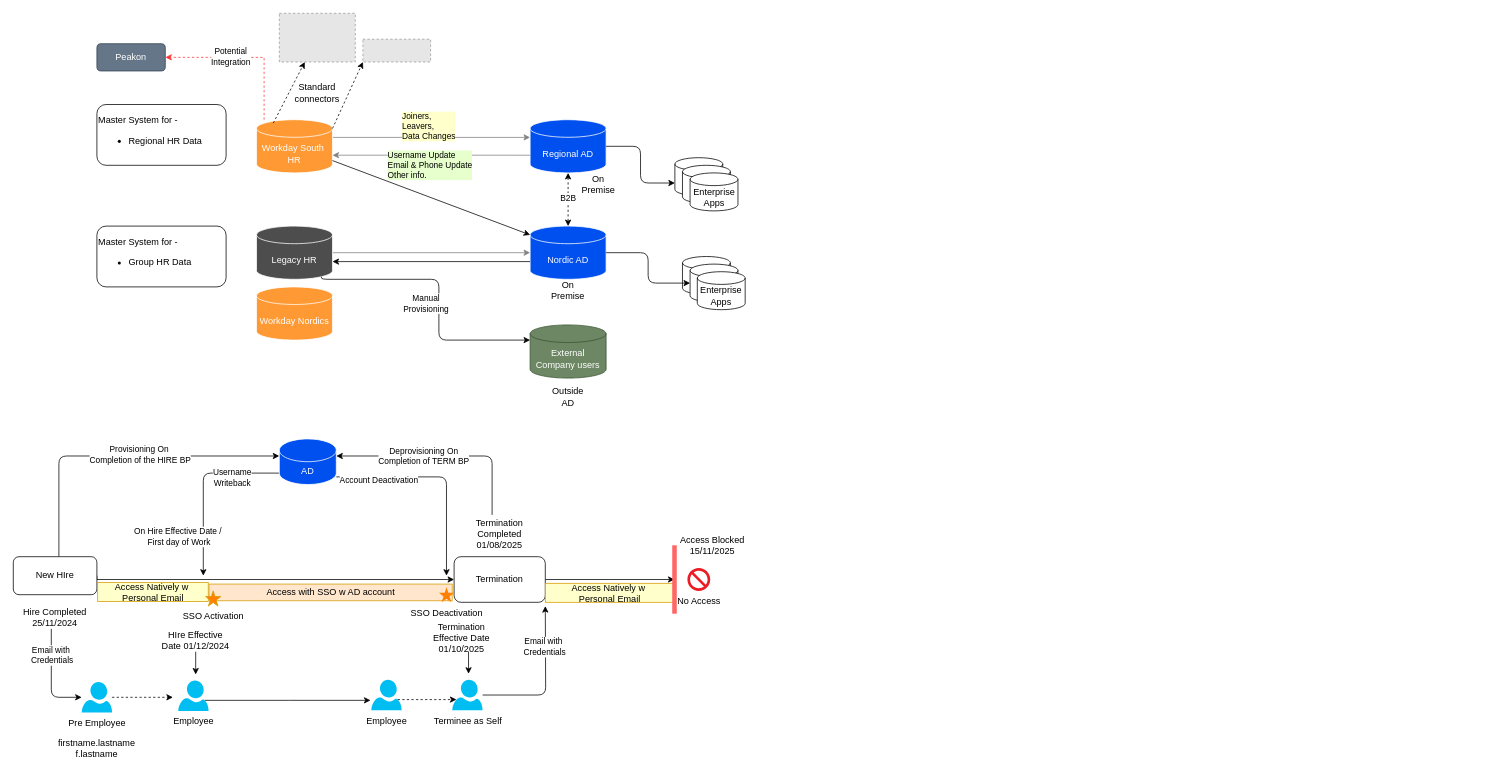
Earlier version of the draw.io diagram KARNOV.drawio (sandyaroma/sandyaroma). Source tidied: cells renumbered, new cells numbered last; positions are measured from the earlier drawing's top-left corner, leaving out a move shared by most shapes. Both pictures are drawn from the tidied source at 76%, with x=0, y=0 at pixel (13, 13). Pictures stored in the file or linked from it are replaced by grey dashed boxes.
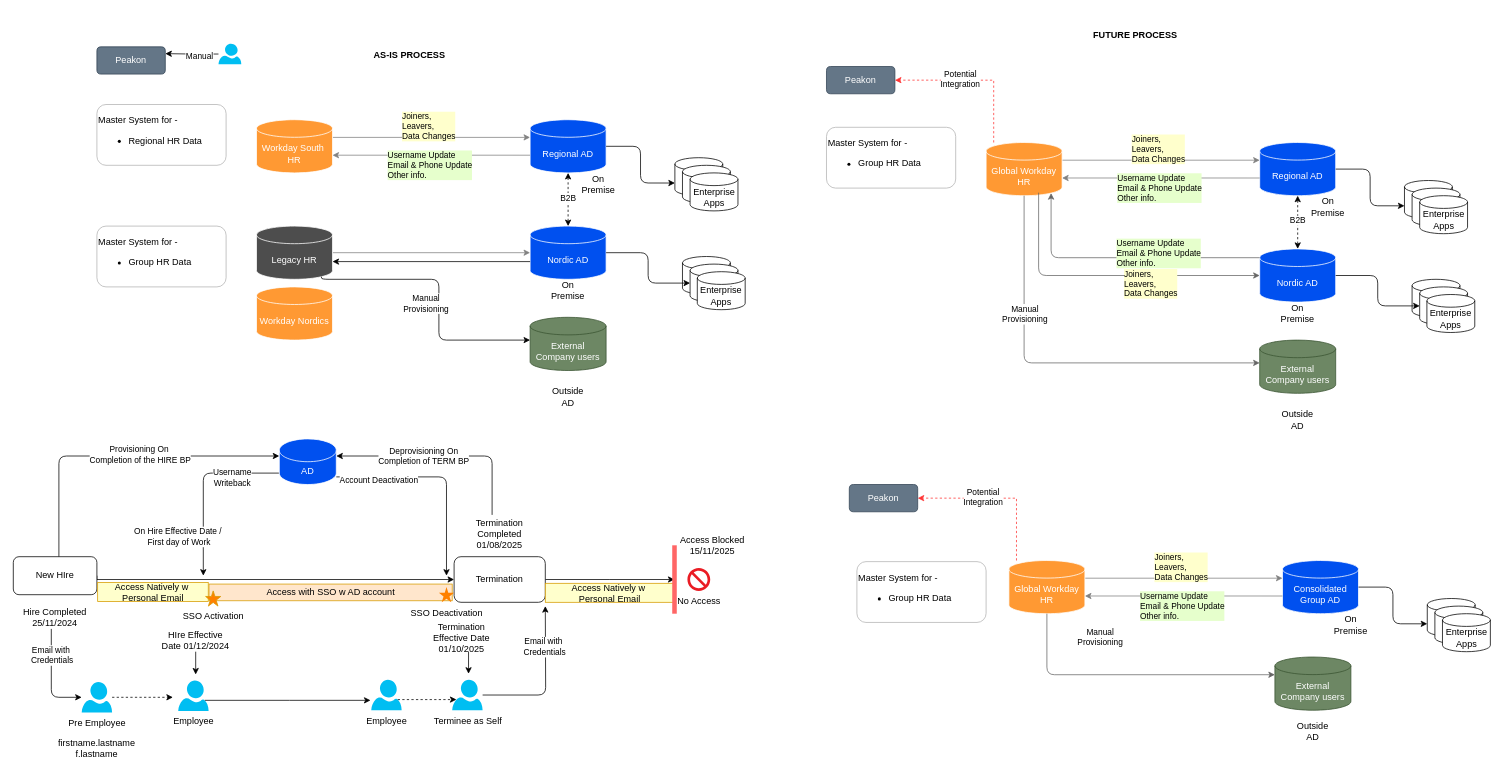
After the change.

Unchanged cells that the change refers to:
```xml
<mxCell id="6" value="&lt;font color=&quot;#ffffff&quot;&gt;Workday South&amp;nbsp;&lt;/font&gt;&lt;div&gt;&lt;font color=&quot;#ffffff&quot;&gt;HR&lt;/font&gt;&lt;/div&gt;" style="shape=cylinder3;whiteSpace=wrap;html=1;boundedLbl=1;backgroundOutline=1;size=11.56951904296875;fillColor=#FF9933;strokeColor=#FFFFFF;" parent="1" vertex="1">
  <mxGeometry x="320" y="140" width="100" height="70" as="geometry" />
</mxCell>
<mxCell id="8" value="&lt;font color=&quot;#ffffff&quot;&gt;Nordic AD&lt;/font&gt;" style="shape=cylinder3;whiteSpace=wrap;html=1;boundedLbl=1;backgroundOutline=1;size=11.56951904296875;fillColor=#0050ef;strokeColor=#FFFFFF;fontColor=#ffffff;" parent="1" vertex="1">
  <mxGeometry x="680" y="280" width="100" height="70" as="geometry" />
</mxCell>
```

The edit, as a diff of the source:
```diff
@@
-    <mxCell id="4" style="edgeStyle=orthogonalEdgeStyle;rounded=0;jettySize=auto;html=1;entryX=1;entryY=0.5;entryDx=0;entryDy=0;dashed=1;strokeColor=#FF3333;" parent="1" edge="1" source="6" target="21">
-      <mxGeometry relative="1" as="geometry">
-        <Array as="points">
-          <mxPoint x="330" y="58" />
-        </Array>
-      </mxGeometry>
-    </mxCell>
-    <mxCell id="5" value="Potential&lt;div&gt;Integration&lt;/div&gt;" style="edgeLabel;html=1;align=center;verticalAlign=middle;" parent="4" vertex="1">
-      <mxGeometry x="0.2" y="-1" relative="1" as="geometry" />
-    </mxCell>
@@
-    <mxCell id="11" value="Master System for -&lt;div&gt;&lt;ul&gt;&lt;li&gt;Regional HR Data&lt;/li&gt;&lt;/ul&gt;&lt;/div&gt;" style="rounded=1;whiteSpace=wrap;html=1;align=left;" parent="1" vertex="1">
+    <mxCell id="11" value="Master System for -&lt;div&gt;&lt;ul&gt;&lt;li&gt;Regional HR Data&lt;/li&gt;&lt;/ul&gt;&lt;/div&gt;" style="rounded=1;whiteSpace=wrap;html=1;align=left;strokeColor=#B3B3B3;" parent="1" vertex="1">
       <mxGeometry x="110" y="120" width="170" height="80" as="geometry" />
     </mxCell>
-    <mxCell id="12" value="Master System for -&lt;div&gt;&lt;ul&gt;&lt;li&gt;Group HR Data&lt;/li&gt;&lt;/ul&gt;&lt;/div&gt;" style="rounded=1;whiteSpace=wrap;html=1;align=left;" parent="1" vertex="1">
+    <mxCell id="12" value="Master System for -&lt;div&gt;&lt;ul&gt;&lt;li&gt;Group HR Data&lt;/li&gt;&lt;/ul&gt;&lt;/div&gt;" style="rounded=1;whiteSpace=wrap;html=1;align=left;strokeColor=#B3B3B3;" parent="1" vertex="1">
       <mxGeometry x="110" y="280" width="170" height="80" as="geometry" />
     </mxCell>
-    <mxCell id="13" style="fillColor=#E6E6E6;strokeColor=#999999;dashed=1;verticalLabelPosition=bottom;labelBackgroundColor=default;verticalAlign=top;" parent="1" vertex="1">
-      <mxGeometry x="350" width="100" height="64.1" as="geometry" />
-    </mxCell>
-    <mxCell id="14" style="fillColor=#E6E6E6;strokeColor=#999999;dashed=1;verticalLabelPosition=bottom;labelBackgroundColor=default;verticalAlign=top;" parent="1" vertex="1">
-      <mxGeometry x="460" y="34.1" width="89.1" height="30" as="geometry" />
-    </mxCell>
-    <mxCell id="15" style="endArrow=classic;html=1;rounded=0;dashed=1;entryX=0;entryY=1;entryDx=0;entryDy=0;exitX=1;exitY=0;exitDx=0;exitDy=11.56951904296875;exitPerimeter=0;" parent="1" edge="1" source="6" target="14">
-      <mxGeometry relative="1" as="geometry" />
-    </mxCell>
-    <mxCell id="16" style="endArrow=classic;html=1;rounded=0;dashed=1;exitX=0.221;exitY=0.064;exitDx=0;exitDy=0;exitPerimeter=0;" parent="1" edge="1" source="6" target="13">
-      <mxGeometry relative="1" as="geometry" />
-    </mxCell>
-    <mxCell id="17" value="Standard&lt;div&gt;connectors&lt;/div&gt;" style="text;html=1;align=center;verticalAlign=middle;whiteSpace=wrap;rounded=0;" parent="1" vertex="1">
-      <mxGeometry x="370" y="90" width="60" height="30" as="geometry" />
-    </mxCell>
@@
     <mxCell id="21" value="Peakon" style="rounded=1;whiteSpace=wrap;html=1;fillColor=#647687;fontColor=#ffffff;strokeColor=#314354;" parent="1" vertex="1">
-      <mxGeometry x="110" y="40" width="90" height="35.9" as="geometry" />
+      <mxGeometry x="110" y="44.1" width="90" height="35.9" as="geometry" />
     </mxCell>
@@
-    <mxCell id="65" style="endArrow=classic;html=1;rounded=0;entryX=0;entryY=0;entryDx=0;entryDy=11.56951904296875;entryPerimeter=0;" parent="1" edge="1" source="6" target="8">
-      <mxGeometry relative="1" as="geometry" />
-    </mxCell>
@@
     <mxCell id="74" value="&lt;font color=&quot;#ffffff&quot;&gt;External&lt;/font&gt;&lt;div&gt;&lt;font color=&quot;#ffffff&quot;&gt;Company users&lt;/font&gt;&lt;/div&gt;" style="shape=cylinder3;whiteSpace=wrap;html=1;boundedLbl=1;backgroundOutline=1;size=11.56951904296875;fillColor=#6d8764;strokeColor=#3A5431;fontColor=#ffffff;" parent="1" vertex="1">
-      <mxGeometry x="680" y="410" width="100" height="70" as="geometry" />
+      <mxGeometry x="680" y="400" width="100" height="70" as="geometry" />
     </mxCell>
@@
+    <mxCell id="80" value="AS-IS PROCESS" style="text;html=1;align=center;verticalAlign=middle;whiteSpace=wrap;rounded=0;fontStyle=1;" parent="1" vertex="1">
+      <mxGeometry x="464.5" y="40" width="113" height="30" as="geometry" />
+    </mxCell>
+    <mxCell id="81" style="edgeStyle=orthogonalEdgeStyle;rounded=0;jettySize=auto;html=1;exitX=1;exitY=0;exitDx=0;exitDy=23.284759521484375;exitPerimeter=0;entryX=0;entryY=0;entryDx=0;entryDy=23.284759521484375;entryPerimeter=0;strokeColor=#808080;" parent="1" edge="1" source="85" target="86">
+      <mxGeometry relative="1" as="geometry" />
+    </mxCell>
+    <mxCell id="82" value="Joiners,&amp;nbsp;&lt;div&gt;Leavers,&amp;nbsp;&lt;/div&gt;&lt;div&gt;Data Changes&lt;/div&gt;" style="edgeLabel;html=1;align=left;verticalAlign=middle;labelBackgroundColor=#FFFFCC;" parent="81" vertex="1">
+      <mxGeometry x="-0.14" y="-3" relative="1" as="geometry">
+        <mxPoint x="-22" y="-18" as="offset" />
+      </mxGeometry>
+    </mxCell>
+    <mxCell id="83" style="edgeStyle=orthogonalEdgeStyle;rounded=0;jettySize=auto;html=1;entryX=1;entryY=0.5;entryDx=0;entryDy=0;dashed=1;strokeColor=#FF3333;" parent="1" edge="1" source="85" target="92">
+      <mxGeometry relative="1" as="geometry">
+        <Array as="points">
+          <mxPoint x="1290" y="88" />
+        </Array>
+      </mxGeometry>
+    </mxCell>
+    <mxCell id="84" value="Potential&lt;div&gt;Integration&lt;/div&gt;" style="edgeLabel;html=1;align=center;verticalAlign=middle;" parent="83" vertex="1">
+      <mxGeometry x="0.2" y="-1" relative="1" as="geometry" />
+    </mxCell>
+    <mxCell id="85" value="&lt;font color=&quot;#ffffff&quot;&gt;Global Workday HR&lt;/font&gt;" style="shape=cylinder3;whiteSpace=wrap;html=1;boundedLbl=1;backgroundOutline=1;size=11.56951904296875;fillColor=#FF9933;strokeColor=#FFFFFF;" parent="1" vertex="1">
+      <mxGeometry x="1280" y="170" width="100" height="70" as="geometry" />
+    </mxCell>
+    <mxCell id="86" value="&lt;font color=&quot;#ffffff&quot;&gt;Regional AD&lt;/font&gt;" style="shape=cylinder3;whiteSpace=wrap;html=1;boundedLbl=1;backgroundOutline=1;size=11.56951904296875;fillColor=#0050ef;strokeColor=#FFFFFF;fontColor=#ffffff;" parent="1" vertex="1">
+      <mxGeometry x="1640" y="170" width="100" height="70" as="geometry" />
+    </mxCell>
+    <mxCell id="87" value="&lt;font color=&quot;#ffffff&quot;&gt;Nordic AD&lt;/font&gt;" style="shape=cylinder3;whiteSpace=wrap;html=1;boundedLbl=1;backgroundOutline=1;size=11.56951904296875;fillColor=#0050ef;strokeColor=#FFFFFF;fontColor=#ffffff;" parent="1" vertex="1">
+      <mxGeometry x="1640" y="310" width="100" height="70" as="geometry" />
+    </mxCell>
+    <mxCell id="88" value="Master System for -&lt;div&gt;&lt;ul&gt;&lt;li&gt;Group HR Data&lt;/li&gt;&lt;/ul&gt;&lt;/div&gt;" style="rounded=1;whiteSpace=wrap;html=1;align=left;strokeColor=#B3B3B3;" parent="1" vertex="1">
+      <mxGeometry x="1070" y="150" width="170" height="80" as="geometry" />
+    </mxCell>
+    <mxCell id="89" style="edgeStyle=orthogonalEdgeStyle;rounded=1;jettySize=auto;html=1;exitX=0;exitY=0;exitDx=0;exitDy=46.715240478515625;exitPerimeter=0;entryX=1;entryY=0;entryDx=0;entryDy=46.715240478515625;entryPerimeter=0;curved=0;strokeColor=#808080;" parent="1" edge="1" source="86" target="85">
+      <mxGeometry relative="1" as="geometry">
+        <Array as="points">
+          <mxPoint x="1550" y="217" />
+          <mxPoint x="1550" y="217" />
+        </Array>
+      </mxGeometry>
+    </mxCell>
+    <mxCell id="90" value="Username Update&lt;div&gt;Email &amp;amp; Phone Update&lt;/div&gt;&lt;div&gt;Other info.&lt;/div&gt;" style="edgeLabel;html=1;align=left;verticalAlign=middle;labelBackgroundColor=#E6FFCC;" parent="89" vertex="1">
+      <mxGeometry x="0.14" y="3" relative="1" as="geometry">
+        <mxPoint x="-41" y="10" as="offset" />
+      </mxGeometry>
+    </mxCell>
+    <mxCell id="91" value="On Premise" style="text;html=1;align=center;verticalAlign=middle;whiteSpace=wrap;rounded=0;" parent="1" vertex="1">
+      <mxGeometry x="1660" y="380" width="60" height="30" as="geometry" />
+    </mxCell>
+    <mxCell id="92" value="Peakon" style="rounded=1;whiteSpace=wrap;html=1;fillColor=#647687;fontColor=#ffffff;strokeColor=#314354;" parent="1" vertex="1">
+      <mxGeometry x="1070" y="70" width="90" height="35.9" as="geometry" />
+    </mxCell>
+    <mxCell id="93" style="edgeStyle=orthogonalEdgeStyle;rounded=0;jettySize=auto;html=1;entryX=0.5;entryY=0;entryDx=0;entryDy=0;entryPerimeter=0;startArrow=classic;startFill=1;dashed=1;" parent="1" edge="1" source="86" target="87">
+      <mxGeometry relative="1" as="geometry" />
+    </mxCell>
+    <mxCell id="94" value="B2B" style="edgeLabel;html=1;align=center;verticalAlign=middle;" parent="93" vertex="1">
+      <mxGeometry x="-0.09" y="-1" relative="1" as="geometry" />
+    </mxCell>
+    <mxCell id="95" style="shape=cylinder3;whiteSpace=wrap;html=1;boundedLbl=1;backgroundOutline=1;size=8.363479614257841;" parent="1" vertex="1">
+      <mxGeometry x="1830.5" y="220" width="63" height="50" as="geometry" />
+    </mxCell>
+    <mxCell id="96" style="shape=cylinder3;whiteSpace=wrap;html=1;boundedLbl=1;backgroundOutline=1;size=8.363479614257841;" parent="1" vertex="1">
+      <mxGeometry x="1840.5" y="230" width="63" height="50" as="geometry" />
+    </mxCell>
+    <mxCell id="97" value="Enterprise&lt;div&gt;Apps&lt;/div&gt;" style="shape=cylinder3;whiteSpace=wrap;html=1;boundedLbl=1;backgroundOutline=1;size=8.363479614257841;" parent="1" vertex="1">
+      <mxGeometry x="1850.5" y="240" width="63" height="50" as="geometry" />
+    </mxCell>
+    <mxCell id="98" style="edgeStyle=orthogonalEdgeStyle;rounded=1;jettySize=auto;html=1;entryX=0;entryY=0;entryDx=0;entryDy=33.31826019287108;entryPerimeter=0;curved=0;" parent="1" edge="1" source="86" target="95">
+      <mxGeometry relative="1" as="geometry" />
+    </mxCell>
+    <mxCell id="99" style="shape=cylinder3;whiteSpace=wrap;html=1;boundedLbl=1;backgroundOutline=1;size=8.363479614257841;" parent="1" vertex="1">
+      <mxGeometry x="1840.5" y="350" width="63" height="50" as="geometry" />
+    </mxCell>
+    <mxCell id="100" style="shape=cylinder3;whiteSpace=wrap;html=1;boundedLbl=1;backgroundOutline=1;size=8.363479614257841;" parent="1" vertex="1">
+      <mxGeometry x="1850.5" y="360" width="63" height="50" as="geometry" />
+    </mxCell>
+    <mxCell id="101" style="edgeStyle=orthogonalEdgeStyle;rounded=1;jettySize=auto;html=1;entryX=0;entryY=0.5;entryDx=0;entryDy=0;entryPerimeter=0;curved=0;" parent="1" edge="1" source="87" target="100">
+      <mxGeometry relative="1" as="geometry" />
+    </mxCell>
+    <mxCell id="102" value="&lt;font color=&quot;#ffffff&quot;&gt;External&lt;/font&gt;&lt;div&gt;&lt;font color=&quot;#ffffff&quot;&gt;Company users&lt;/font&gt;&lt;/div&gt;" style="shape=cylinder3;whiteSpace=wrap;html=1;boundedLbl=1;backgroundOutline=1;size=11.56951904296875;fillColor=#6d8764;strokeColor=#3A5431;fontColor=#ffffff;" parent="1" vertex="1">
+      <mxGeometry x="1640" y="430" width="100" height="70" as="geometry" />
+    </mxCell>
+    <mxCell id="103" style="edgeStyle=orthogonalEdgeStyle;rounded=1;jettySize=auto;html=1;exitX=0.5;exitY=1;exitDx=0;exitDy=0;exitPerimeter=0;curved=0;strokeColor=#666666;" parent="1" edge="1" source="85">
+      <mxGeometry relative="1" as="geometry">
+        <mxPoint x="1640" y="460" as="targetPoint" />
+        <Array as="points">
+          <mxPoint x="1330" y="460" />
+        </Array>
+      </mxGeometry>
+    </mxCell>
+    <mxCell id="104" value="Manual&lt;div&gt;Provisioning&lt;/div&gt;" style="edgeLabel;html=1;align=center;verticalAlign=middle;" parent="103" vertex="1">
+      <mxGeometry x="-0.22" y="-2" relative="1" as="geometry">
+        <mxPoint x="2" y="-52" as="offset" />
+      </mxGeometry>
+    </mxCell>
+    <mxCell id="105" value="Enterprise&lt;div&gt;Apps&lt;/div&gt;" style="shape=cylinder3;whiteSpace=wrap;html=1;boundedLbl=1;backgroundOutline=1;size=8.363479614257841;" parent="1" vertex="1">
+      <mxGeometry x="1860" y="370" width="63" height="50" as="geometry" />
+    </mxCell>
+    <mxCell id="106" value="Outside AD" style="text;html=1;align=center;verticalAlign=middle;whiteSpace=wrap;rounded=0;" parent="1" vertex="1">
+      <mxGeometry x="1660" y="520" width="60" height="30" as="geometry" />
+    </mxCell>
+    <mxCell id="107" value="On Premise" style="text;html=1;align=center;verticalAlign=middle;whiteSpace=wrap;rounded=0;" parent="1" vertex="1">
+      <mxGeometry x="1700" y="240" width="60" height="30" as="geometry" />
+    </mxCell>
+    <mxCell id="108" value="FUTURE PROCESS" style="text;html=1;align=center;verticalAlign=middle;whiteSpace=wrap;rounded=0;fontStyle=1;" parent="1" vertex="1">
+      <mxGeometry x="1420" y="14.1" width="113" height="30" as="geometry" />
+    </mxCell>
+    <mxCell id="109" style="edgeStyle=orthogonalEdgeStyle;rounded=0;jettySize=auto;html=1;entryX=1;entryY=0.25;entryDx=0;entryDy=0;" parent="1" edge="1" source="111" target="21">
+      <mxGeometry relative="1" as="geometry" />
+    </mxCell>
+    <mxCell id="110" value="Manual" style="edgeLabel;html=1;align=center;verticalAlign=middle;" parent="109" vertex="1">
+      <mxGeometry x="-0.27" y="2" relative="1" as="geometry" />
+    </mxCell>
+    <mxCell id="111" style="verticalLabelPosition=bottom;html=1;verticalAlign=top;align=center;strokeColor=none;fillColor=#00BEF2;shape=mxgraph.azure.user;" parent="1" vertex="1">
+      <mxGeometry x="270" y="40" width="30" height="27.1" as="geometry" />
+    </mxCell>
+    <mxCell id="112" style="edgeStyle=orthogonalEdgeStyle;rounded=1;jettySize=auto;html=1;exitX=0.691;exitY=0.943;exitDx=0;exitDy=0;exitPerimeter=0;entryX=0;entryY=0.5;entryDx=0;entryDy=0;entryPerimeter=0;curved=0;strokeColor=#666666;" parent="1" edge="1" source="85" target="87">
+      <mxGeometry relative="1" as="geometry">
+        <Array as="points">
+          <mxPoint x="1349" y="345" />
+        </Array>
+      </mxGeometry>
+    </mxCell>
+    <mxCell id="113" style="edgeStyle=orthogonalEdgeStyle;rounded=1;jettySize=auto;html=1;exitX=0;exitY=0;exitDx=0;exitDy=11.56951904296875;exitPerimeter=0;entryX=0.855;entryY=1;entryDx=0;entryDy=-3.3551605224609373;entryPerimeter=0;curved=0;strokeColor=#666666;" parent="1" edge="1" source="87" target="85">
+      <mxGeometry relative="1" as="geometry" />
+    </mxCell>
+    <mxCell id="114" value="Joiners,&amp;nbsp;&lt;div&gt;Leavers,&amp;nbsp;&lt;/div&gt;&lt;div&gt;Data Changes&lt;/div&gt;" style="edgeLabel;html=1;align=left;verticalAlign=middle;labelBackgroundColor=#FFFFCC;" parent="1" vertex="1">
+      <mxGeometry x="1460" y="355" as="geometry" />
+    </mxCell>
+    <mxCell id="115" value="Username Update&lt;div&gt;Email &amp;amp; Phone Update&lt;/div&gt;&lt;div&gt;Other info.&lt;/div&gt;" style="edgeLabel;html=1;align=left;verticalAlign=middle;labelBackgroundColor=#E6FFCC;" parent="1" vertex="1">
+      <mxGeometry x="1450" y="315" as="geometry" />
+    </mxCell>
+    <mxCell id="116" style="edgeStyle=orthogonalEdgeStyle;rounded=0;jettySize=auto;html=1;exitX=1;exitY=0;exitDx=0;exitDy=23.284759521484375;exitPerimeter=0;entryX=0;entryY=0;entryDx=0;entryDy=23.284759521484375;entryPerimeter=0;strokeColor=#808080;" parent="1" edge="1" source="120" target="121">
+      <mxGeometry relative="1" as="geometry" />
+    </mxCell>
+    <mxCell id="117" value="Joiners,&amp;nbsp;&lt;div&gt;Leavers,&amp;nbsp;&lt;/div&gt;&lt;div&gt;Data Changes&lt;/div&gt;" style="edgeLabel;html=1;align=left;verticalAlign=middle;labelBackgroundColor=#FFFFCC;" parent="116" vertex="1">
+      <mxGeometry x="-0.14" y="-3" relative="1" as="geometry">
+        <mxPoint x="-22" y="-18" as="offset" />
+      </mxGeometry>
+    </mxCell>
+    <mxCell id="118" style="edgeStyle=orthogonalEdgeStyle;rounded=0;jettySize=auto;html=1;entryX=1;entryY=0.5;entryDx=0;entryDy=0;dashed=1;strokeColor=#FF3333;" parent="1" edge="1" source="120" target="124">
+      <mxGeometry relative="1" as="geometry">
+        <Array as="points">
+          <mxPoint x="1320" y="638" />
+        </Array>
+      </mxGeometry>
+    </mxCell>
+    <mxCell id="119" value="Potential&lt;div&gt;Integration&lt;/div&gt;" style="edgeLabel;html=1;align=center;verticalAlign=middle;" parent="118" vertex="1">
+      <mxGeometry x="0.2" y="-1" relative="1" as="geometry" />
+    </mxCell>
+    <mxCell id="120" value="&lt;font color=&quot;#ffffff&quot;&gt;Global Workday HR&lt;/font&gt;" style="shape=cylinder3;whiteSpace=wrap;html=1;boundedLbl=1;backgroundOutline=1;size=11.56951904296875;fillColor=#FF9933;strokeColor=#FFFFFF;" parent="1" vertex="1">
+      <mxGeometry x="1310" y="720" width="100" height="70" as="geometry" />
+    </mxCell>
+    <mxCell id="121" value="Consolidated&lt;div&gt;Group AD&lt;/div&gt;" style="shape=cylinder3;whiteSpace=wrap;html=1;boundedLbl=1;backgroundOutline=1;size=11.56951904296875;fillColor=#0050ef;strokeColor=#FFFFFF;fontColor=#ffffff;" parent="1" vertex="1">
+      <mxGeometry x="1670" y="720" width="100" height="70" as="geometry" />
+    </mxCell>
+    <mxCell id="122" style="edgeStyle=orthogonalEdgeStyle;rounded=1;jettySize=auto;html=1;exitX=0;exitY=0;exitDx=0;exitDy=46.715240478515625;exitPerimeter=0;entryX=1;entryY=0;entryDx=0;entryDy=46.715240478515625;entryPerimeter=0;curved=0;strokeColor=#808080;" parent="1" edge="1" source="121" target="120">
+      <mxGeometry relative="1" as="geometry">
+        <Array as="points">
+          <mxPoint x="1580" y="767" />
+          <mxPoint x="1580" y="767" />
+        </Array>
+      </mxGeometry>
+    </mxCell>
+    <mxCell id="123" value="Username Update&lt;div&gt;Email &amp;amp; Phone Update&lt;/div&gt;&lt;div&gt;Other info.&lt;/div&gt;" style="edgeLabel;html=1;align=left;verticalAlign=middle;labelBackgroundColor=#E6FFCC;" parent="122" vertex="1">
+      <mxGeometry x="0.14" y="3" relative="1" as="geometry">
+        <mxPoint x="-41" y="10" as="offset" />
+      </mxGeometry>
+    </mxCell>
+    <mxCell id="124" value="Peakon" style="rounded=1;whiteSpace=wrap;html=1;fillColor=#647687;fontColor=#ffffff;strokeColor=#314354;" parent="1" vertex="1">
+      <mxGeometry x="1100" y="620" width="90" height="35.9" as="geometry" />
+    </mxCell>
+    <mxCell id="125" style="shape=cylinder3;whiteSpace=wrap;html=1;boundedLbl=1;backgroundOutline=1;size=8.363479614257841;" parent="1" vertex="1">
+      <mxGeometry x="1860.5" y="770" width="63" height="50" as="geometry" />
+    </mxCell>
+    <mxCell id="126" style="shape=cylinder3;whiteSpace=wrap;html=1;boundedLbl=1;backgroundOutline=1;size=8.363479614257841;" parent="1" vertex="1">
+      <mxGeometry x="1870.5" y="780" width="63" height="50" as="geometry" />
+    </mxCell>
+    <mxCell id="127" value="Enterprise&lt;div&gt;Apps&lt;/div&gt;" style="shape=cylinder3;whiteSpace=wrap;html=1;boundedLbl=1;backgroundOutline=1;size=8.363479614257841;" parent="1" vertex="1">
+      <mxGeometry x="1880.5" y="790" width="63" height="50" as="geometry" />
+    </mxCell>
+    <mxCell id="128" style="edgeStyle=orthogonalEdgeStyle;rounded=1;jettySize=auto;html=1;entryX=0;entryY=0;entryDx=0;entryDy=33.31826019287108;entryPerimeter=0;curved=0;" parent="1" edge="1" source="121" target="125">
+      <mxGeometry relative="1" as="geometry" />
+    </mxCell>
+    <mxCell id="129" value="&lt;font color=&quot;#ffffff&quot;&gt;External&lt;/font&gt;&lt;div&gt;&lt;font color=&quot;#ffffff&quot;&gt;Company users&lt;/font&gt;&lt;/div&gt;" style="shape=cylinder3;whiteSpace=wrap;html=1;boundedLbl=1;backgroundOutline=1;size=11.56951904296875;fillColor=#6d8764;strokeColor=#3A5431;fontColor=#ffffff;" parent="1" vertex="1">
+      <mxGeometry x="1660" y="847" width="100" height="70" as="geometry" />
+    </mxCell>
+    <mxCell id="130" style="edgeStyle=orthogonalEdgeStyle;rounded=1;jettySize=auto;html=1;exitX=0.5;exitY=1;exitDx=0;exitDy=0;exitPerimeter=0;curved=0;strokeColor=#666666;entryX=0;entryY=0;entryDx=0;entryDy=23.284759521484375;entryPerimeter=0;" parent="1" edge="1" source="120" target="129">
+      <mxGeometry relative="1" as="geometry">
+        <Array as="points">
+          <mxPoint x="1360" y="870" />
+        </Array>
+      </mxGeometry>
+    </mxCell>
+    <mxCell id="131" value="Manual&lt;div&gt;Provisioning&lt;/div&gt;" style="edgeLabel;html=1;align=center;verticalAlign=middle;" parent="130" vertex="1">
+      <mxGeometry x="-0.22" y="-2" relative="1" as="geometry">
+        <mxPoint x="2" y="-52" as="offset" />
+      </mxGeometry>
+    </mxCell>
+    <mxCell id="132" value="Outside AD" style="text;html=1;align=center;verticalAlign=middle;whiteSpace=wrap;rounded=0;" parent="1" vertex="1">
+      <mxGeometry x="1680" y="930" width="60" height="30" as="geometry" />
+    </mxCell>
+    <mxCell id="133" value="On Premise" style="text;html=1;align=center;verticalAlign=middle;whiteSpace=wrap;rounded=0;" parent="1" vertex="1">
+      <mxGeometry x="1730" y="790" width="60" height="30" as="geometry" />
+    </mxCell>
+    <mxCell id="134" value="Master System for -&lt;div&gt;&lt;ul&gt;&lt;li&gt;Group HR Data&lt;/li&gt;&lt;/ul&gt;&lt;/div&gt;" style="rounded=1;whiteSpace=wrap;html=1;align=left;strokeColor=#B3B3B3;" parent="1" vertex="1">
+      <mxGeometry x="1110" y="721.5" width="170" height="80" as="geometry" />
+    </mxCell>
```
